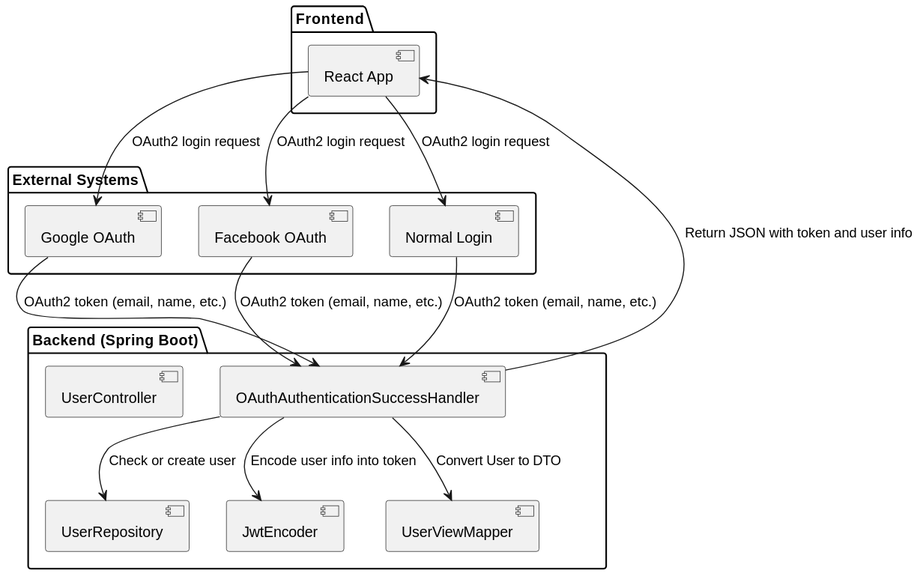
Before: Docs/Architecture_files/Phase_1/assets/OAuthLoginFlow/ComponentDiagram.svg, a diagram exported from PlantUML (MaximeSchuybroeck/ARQSOFT_August).
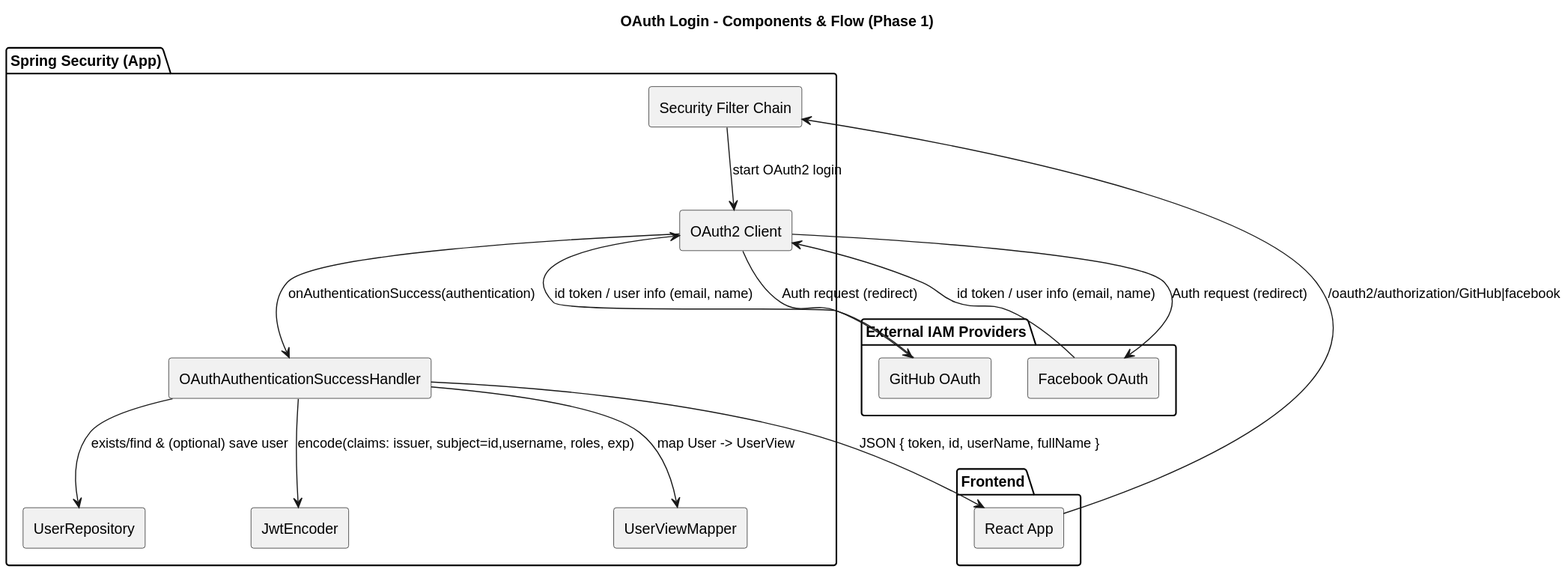
After the commit.

Change to the diagram source:
```diff
@@ -1,32 +1,41 @@
 @startuml
+title OAuth Login - Components & Flow (Phase 1)
+
+skinparam componentStyle rectangle
+skinparam shadowing false
+
 package "Frontend" {
   [React App] as FE
 }
 
-package "Backend (Spring Boot)" {
+package "Spring Security (App)" {
+  [Security Filter Chain] as SFC
+  [OAuth2 Client] as OAuthClient
   [OAuthAuthenticationSuccessHandler] as Handler
-  [UserRepository] as Repo
   [JwtEncoder] as JWT
   [UserViewMapper] as Mapper
-  [UserController]
+  [UserRepository] as Repo
 }
 
-package "External Systems" {
-  [Google OAuth] as Google
+package "External IAM Providers" {
+  [GitHub OAuth] as GitHub
   [Facebook OAuth] as Facebook
-  [Normal Login] as NormalLogin
 }
 
-FE --> Google : OAuth2 login request
-FE --> Facebook : OAuth2 login request
-FE --> NormalLogin : OAuth2 login request
+FE --> SFC : /oauth2/authorization/GitHub|facebook
+SFC --> OAuthClient : start OAuth2 login
+OAuthClient --> GitHub : Auth request (redirect)
+OAuthClient --> Facebook : Auth request (redirect)
 
-Google --> Handler : OAuth2 token (email, name, etc.)
-Facebook --> Handler : OAuth2 token (email, name, etc.)
-NormalLogin --> Handler : OAuth2 token (email, name, etc.)
+GitHub --> OAuthClient : id token / user info (email, name)
+Facebook --> OAuthClient : id token / user info (email, name)
 
-Handler --> Repo : Check or create user
-Handler --> JWT : Encode user info into token
-Handler --> Mapper : Convert User to DTO
-Handler --> FE : Return JSON with token and user info
+OAuthClient --> Handler : onAuthenticationSuccess(authentication)
+
+Handler --> Repo : exists/find & (optional) save user
+Handler --> JWT : encode(claims: issuer, subject=id,username, roles, exp)
+Handler --> Mapper : map User -> UserView
+
+Handler --> FE : JSON { token, id, userName, fullName }
+
 @enduml
```
